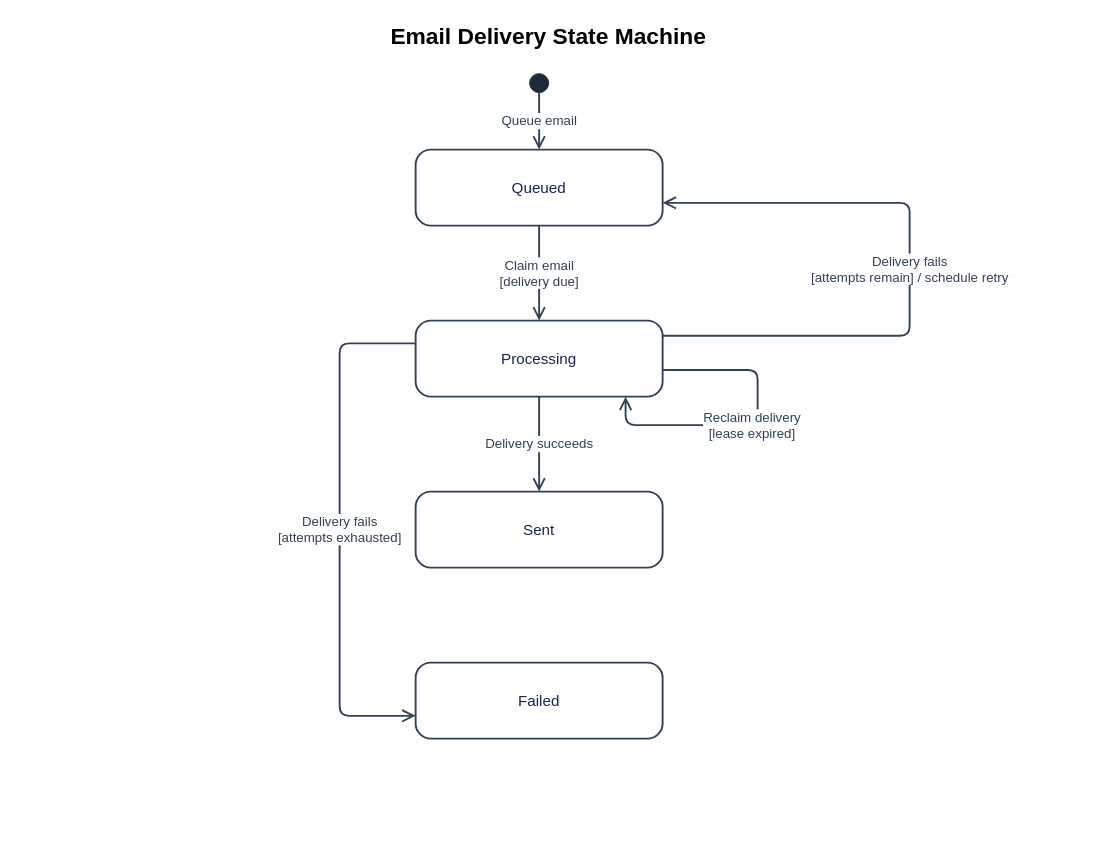
callmehai/FU-FA26-G116 keeps this draw.io diagram as docs/10-statemachine/SM-15_EmailDelivery.drawio. Above is the earlier version. Source tidied: cells renumbered, new cells numbered last; positions are measured from the earlier drawing's top-left corner, leaving out a move shared by most shapes. Both pictures are drawn from the tidied source at 95%, with x=0, y=0 at pixel (16, 16).
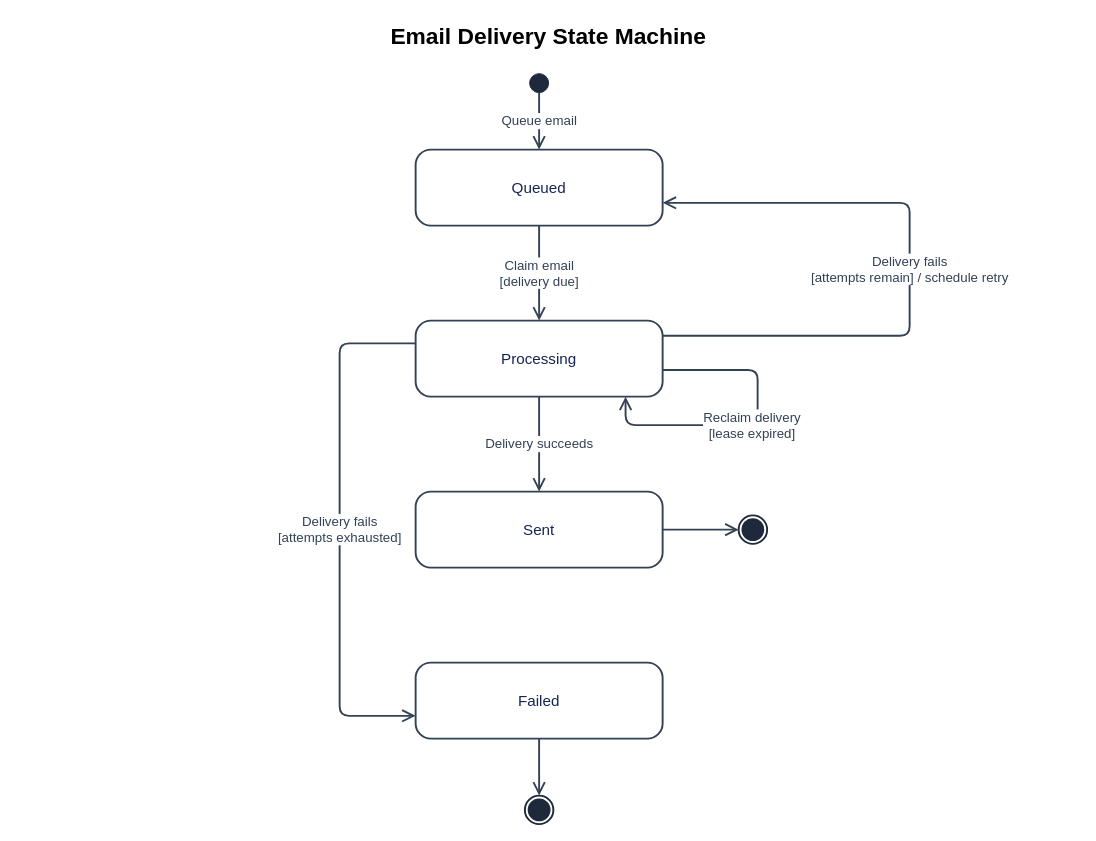
The same page after the edit.

The change refers to these unchanged cells:
```xml
<mxCell id="6" value="Sent" style="html=1;whiteSpace=wrap;fontFamily=Arial;fontSize=16;rounded=1;arcSize=20;fillColor=#ffffff;strokeColor=#334155;fontColor=#172554;strokeWidth=2;" parent="1" vertex="1">
  <mxGeometry x="420" y="500" width="260" height="80" as="geometry" />
</mxCell>
<mxCell id="7" value="Failed" style="html=1;whiteSpace=wrap;fontFamily=Arial;fontSize=16;rounded=1;arcSize=20;fillColor=#ffffff;strokeColor=#334155;fontColor=#172554;strokeWidth=2;" parent="1" vertex="1">
  <mxGeometry x="420" y="680" width="260" height="80" as="geometry" />
</mxCell>
```

What changed in the source:
```diff
@@
+    <mxCell id="14" style="ellipse;html=1;shape=endState;fillColor=#1e293b;strokeColor=#1e293b;strokeWidth=2;" parent="1" vertex="1">
+      <mxGeometry x="760" y="525" width="30" height="30" as="geometry" />
+    </mxCell>
+    <mxCell id="15" style="edgeStyle=orthogonalEdgeStyle;rounded=1;jettySize=auto;html=1;endArrow=open;endSize=10;strokeWidth=2;strokeColor=#334155;exitX=1;exitY=0.5;entryX=0;entryY=0.5;" parent="1" edge="1" source="6" target="14">
+      <mxGeometry relative="1" as="geometry" />
+    </mxCell>
+    <mxCell id="16" style="ellipse;html=1;shape=endState;fillColor=#1e293b;strokeColor=#1e293b;strokeWidth=2;" parent="1" vertex="1">
+      <mxGeometry x="535" y="820" width="30" height="30" as="geometry" />
+    </mxCell>
+    <mxCell id="17" style="edgeStyle=orthogonalEdgeStyle;rounded=1;jettySize=auto;html=1;endArrow=open;endSize=10;strokeWidth=2;strokeColor=#334155;exitX=0.5;exitY=1;entryX=0.5;entryY=0;" parent="1" edge="1" source="7" target="16">
+      <mxGeometry relative="1" as="geometry" />
+    </mxCell>
```
